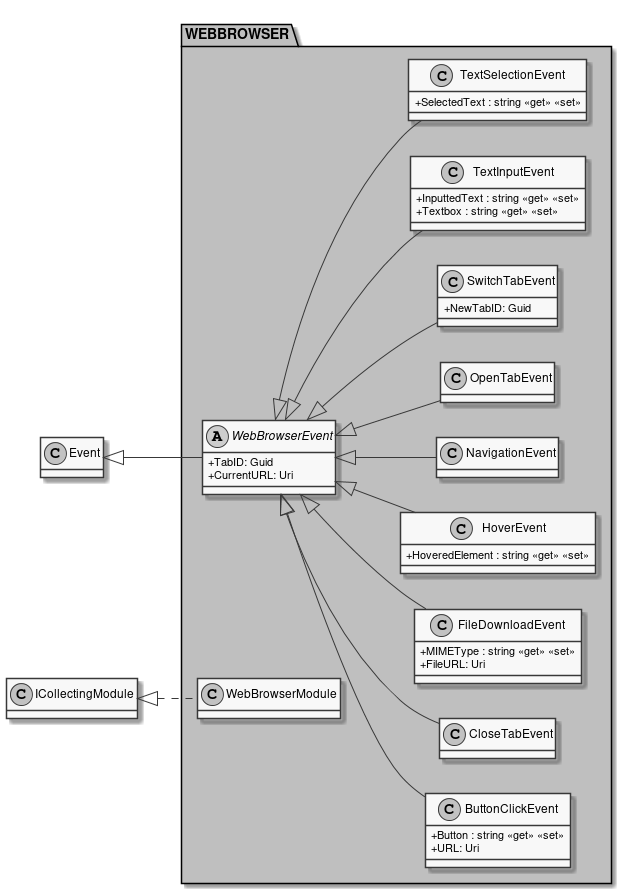
Above: documents/sd/resources/Packages/MODULES_WEBBROWSER.png in insightmind/MORR (PlantUML), before the change.
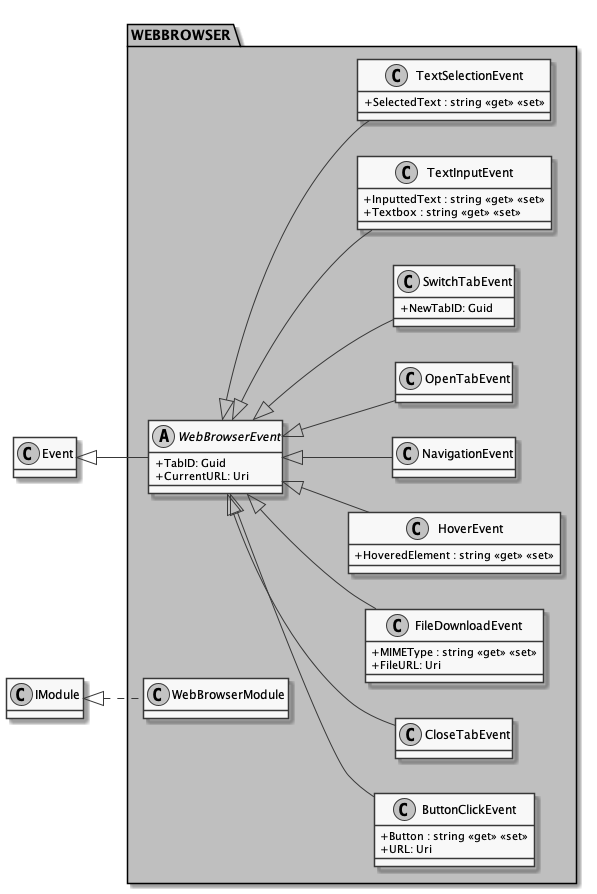
The same file after the commit.

The edit, as a diff of the source:
```diff
@@ -51,7 +51,7 @@
         }
 
         Event <|-- WebBrowserEvent
-        ICollectingModule <|.. WebBrowserModule
+        IModule <|.. WebBrowserModule
         WebBrowserEvent <|-- ButtonClickEvent
         WebBrowserEvent <|-- CloseTabEvent
         WebBrowserEvent <|-- FileDownloadEvent
```
